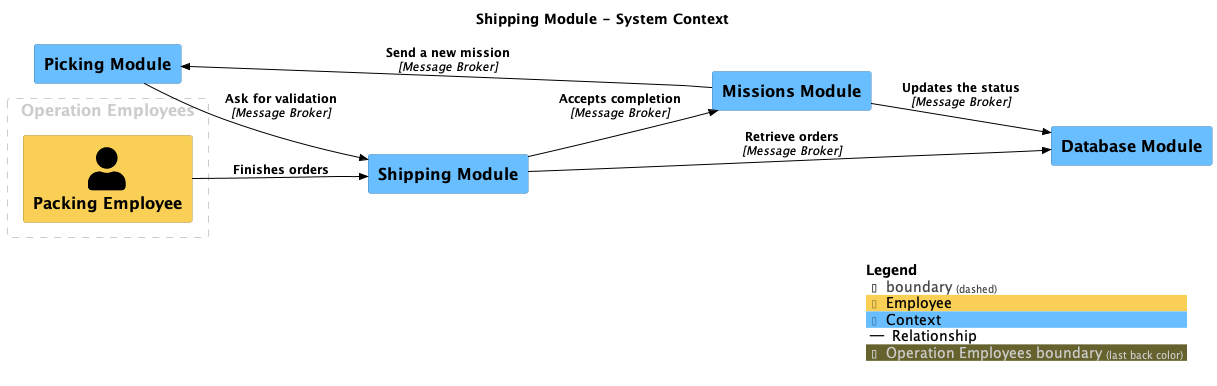
Earlier version of the PlantUML export main/png/SystemContext-007.png (SLC-wms/DSL-Architecture). The source it was exported from:
```plantuml
@startuml
set separator none
title Shipping Module - System Context

left to right direction

!include <C4/C4>
!include <C4/C4_Context>

AddElementTag("Employee", $bgColor="#f9d055", $borderColor="#ae913b", $fontColor="#000000", $sprite="", $shadowing="")
AddElementTag("Context", $bgColor="#69beff", $borderColor="#4985b2", $fontColor="#000000", $sprite="", $shadowing="")

AddRelTag("Relationship", $textColor="#000000", $lineColor="#000000", $lineStyle = "")

AddBoundaryTag("Operation Employees", $borderColor="#cccccc", $fontColor="#cccccc")
Boundary(group_1, "Operation Employees", $tags="Operation Employees") {
  Person(PackingEmployee, "Packing Employee", $descr="", $tags="Employee", $link="")
}

System(PickingModule, "Picking Module", $descr="", $tags="Context", $link="")
System(ShippingModule, "Shipping Module", $descr="", $tags="Context", $link="")
System(DatabaseModule, "Database Module", $descr="", $tags="Context", $link="")
System(MissionsModule, "Missions Module", $descr="", $tags="Context", $link="")

Rel_D(PackingEmployee, ShippingModule, "Finishes orders", $techn="", $tags="Relationship", $link="")
Rel_D(ShippingModule, DatabaseModule, "Retrieve orders", $techn="Message Broker", $tags="Relationship", $link="")
Rel_D(ShippingModule, MissionsModule, "Accepts completion", $techn="Message Broker", $tags="Relationship", $link="")
Rel_D(MissionsModule, PickingModule, "Send a new mission", $techn="Message Broker", $tags="Relationship", $link="")
Rel_D(PickingModule, ShippingModule, "Ask for validation", $techn="Message Broker", $tags="Relationship", $link="")
Rel_D(MissionsModule, DatabaseModule, "Updates the status", $techn="Message Broker", $tags="Relationship", $link="")

SHOW_LEGEND(true)
@enduml
```
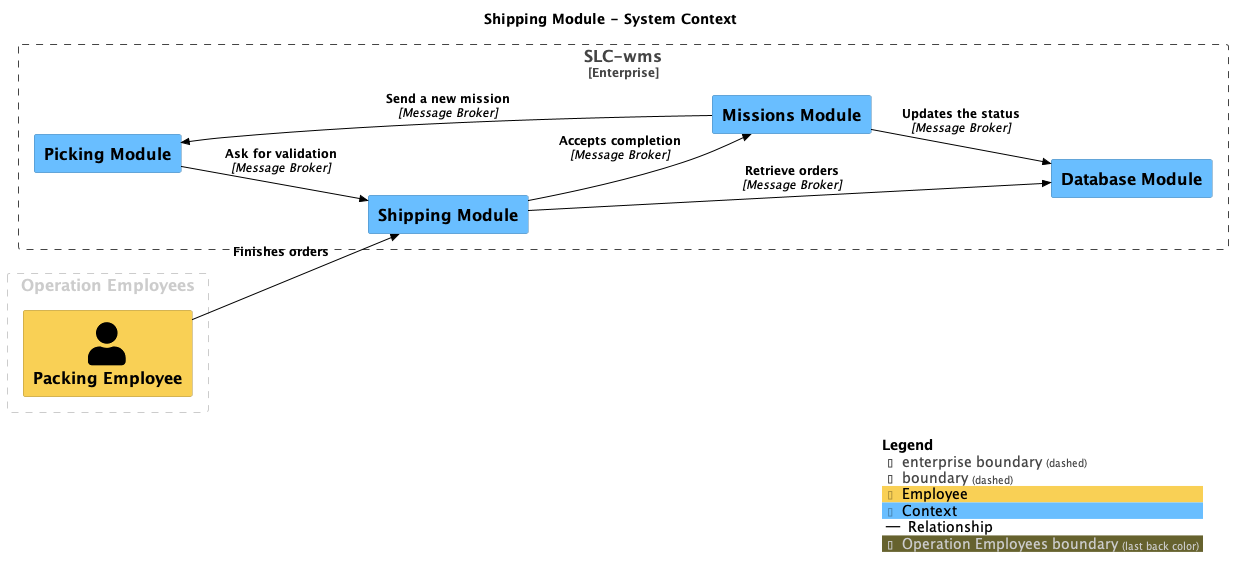
After the change.

Change to the diagram source:
```diff
@@ -12,15 +12,18 @@
 
 AddRelTag("Relationship", $textColor="#000000", $lineColor="#000000", $lineStyle = "")
 
+Enterprise_Boundary(enterprise, "SLC-wms") {
+  System(PickingModule, "Picking Module", $descr="", $tags="Context", $link="")
+  System(ShippingModule, "Shipping Module", $descr="", $tags="Context", $link="")
+  System(DatabaseModule, "Database Module", $descr="", $tags="Context", $link="")
+  System(MissionsModule, "Missions Module", $descr="", $tags="Context", $link="")
+}
+
 AddBoundaryTag("Operation Employees", $borderColor="#cccccc", $fontColor="#cccccc")
 Boundary(group_1, "Operation Employees", $tags="Operation Employees") {
-  Person(PackingEmployee, "Packing Employee", $descr="", $tags="Employee", $link="")
+  Person_Ext(PackingEmployee, "Packing Employee", $descr="", $tags="Employee", $link="")
 }
 
-System(PickingModule, "Picking Module", $descr="", $tags="Context", $link="")
-System(ShippingModule, "Shipping Module", $descr="", $tags="Context", $link="")
-System(DatabaseModule, "Database Module", $descr="", $tags="Context", $link="")
-System(MissionsModule, "Missions Module", $descr="", $tags="Context", $link="")
 
 Rel_D(PackingEmployee, ShippingModule, "Finishes orders", $techn="", $tags="Relationship", $link="")
 Rel_D(ShippingModule, DatabaseModule, "Retrieve orders", $techn="Message Broker", $tags="Relationship", $link="")
```
